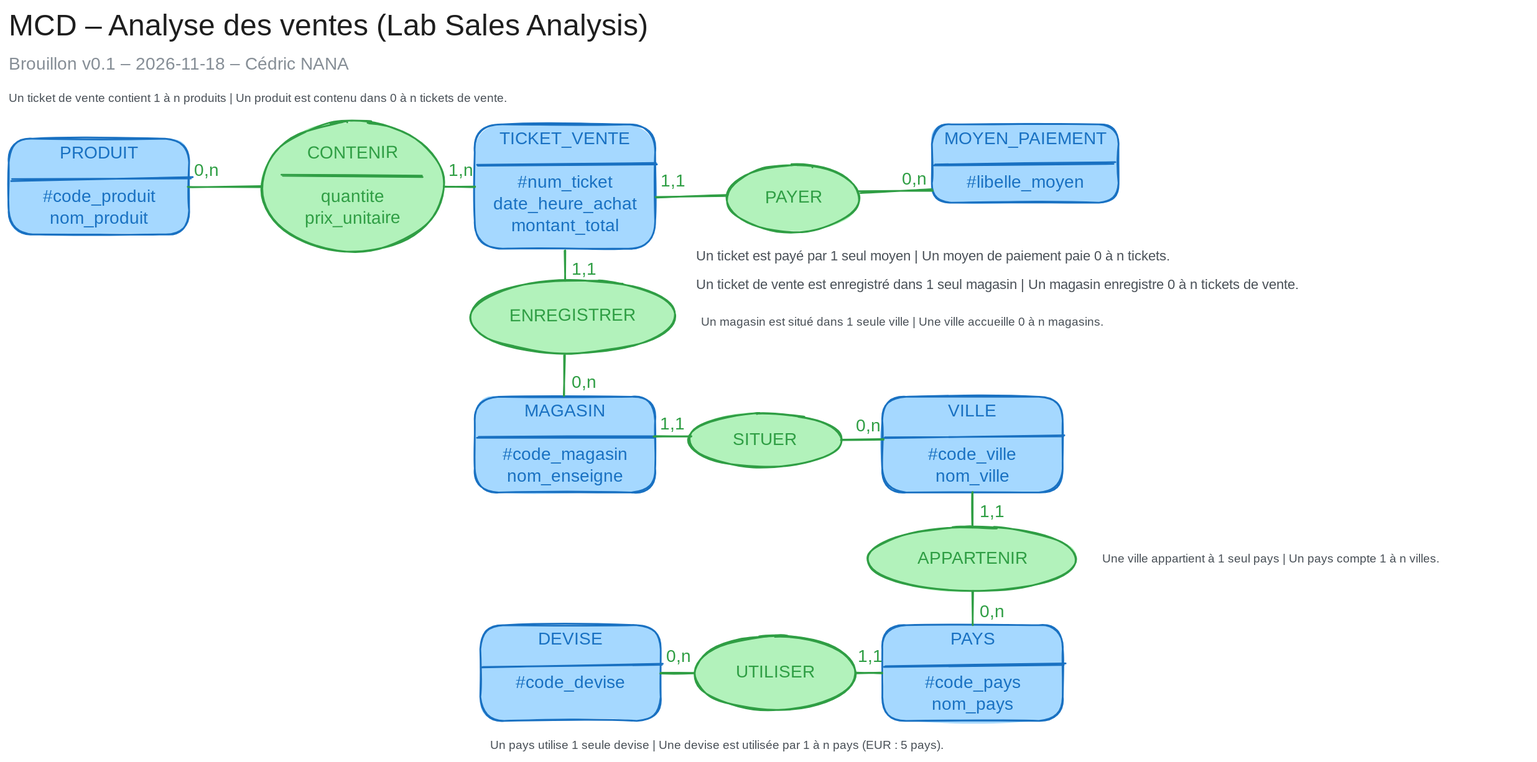
The Excalidraw diagram docs/modeles/mcd.excalidraw.svg in cnanaj-wq/lab-sales-analysis, before a commit. Source tidied: one line per element, renumbered; positions are measured from the earlier drawing's top-left corner, leaving out a move shared by most shapes.
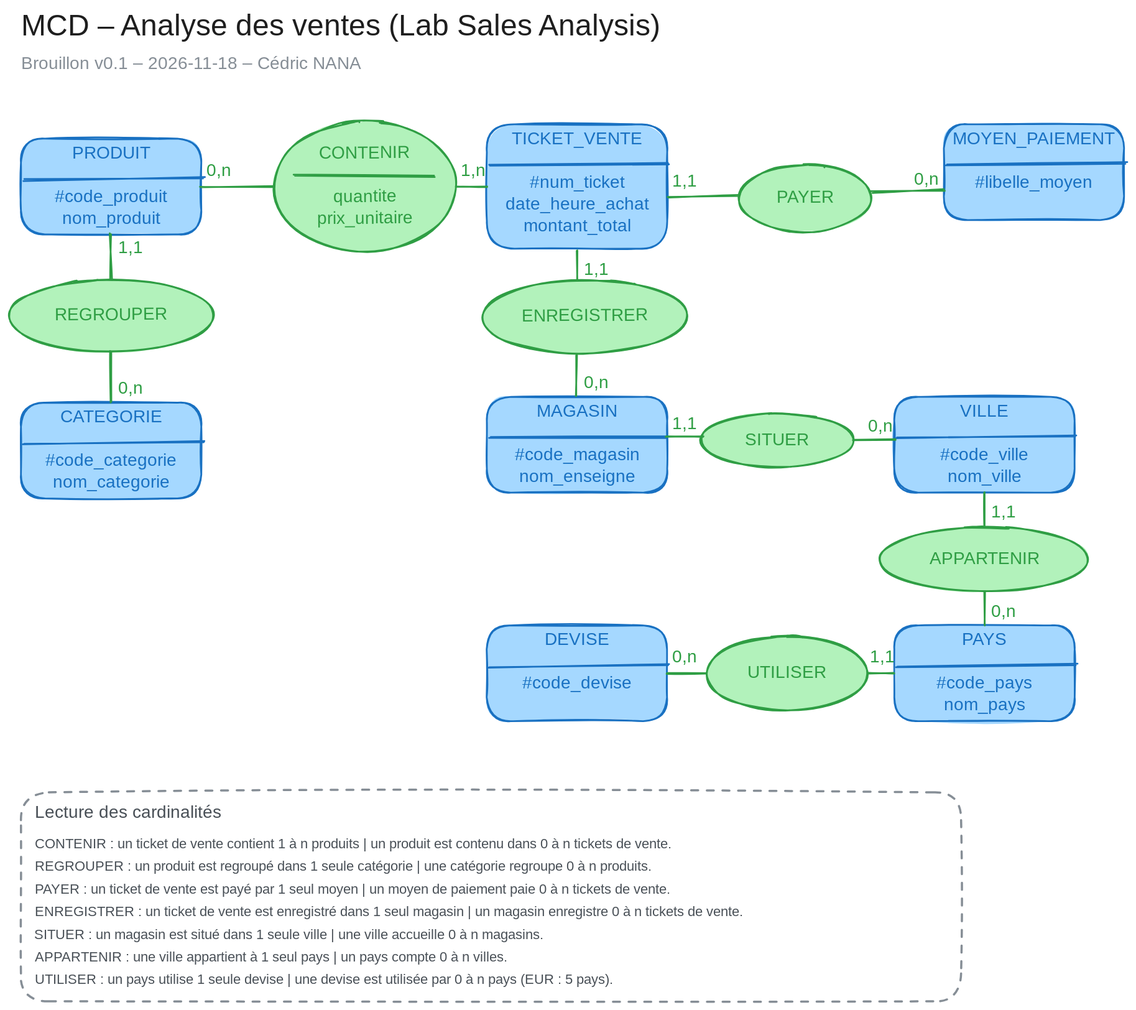
After the change.

Commit message:
docs: ajoute la catégorie et regroupe la lecture des cardinalités au MCD - Analyse des ventes

Diff of the diagram source:
```diff
@@ -12,7 +12,7 @@
 {"id": 11, "type": "text", "text": "0,n", "strokeColor": "#2f9e44", "backgroundColor": "#b2f2bb", "fillStyle": "solid", "strokeWidth": 2, "roughness": 1, "fontSize": 20, "fontFamily": 5, "x": 1026, "y": 185, "width": 28, "height": 25}
 {"id": 12, "type": "text", "text": "MCD – Analyse des ventes (Lab Sales Analysis)", "strokeColor": "#1e1e1e", "strokeWidth": 2, "roughness": 1, "fontSize": 34.45, "fontFamily": 5, "x": 0, "y": 0, "width": 795, "height": 43}
 {"id": 13, "type": "text", "text": "Brouillon v0.1 – 2026-11-18 – Cédric NANA", "strokeColor": "#868e96", "strokeWidth": 2, "roughness": 1, "fontSize": 20, "fontFamily": 5, "x": 0, "y": 52, "width": 451, "height": 25}
-{"id": 14, "type": "text", "text": "PAYER : un ticket de vente est payé par 1 seul moyen | un moyen de paiement paie 0 à n tickets de vente.", "strokeColor": "#495057", "strokeWidth": 2, "roughness": 1, "fontSize": 16, "fontFamily": 5, "x": 16, "y": 966, "width": 832, "height": 20}
+{"id": 14, "type": "text", "text": "PAYER : un ticket de vente est payé par 1 seul moyen | un moyen de paiement paie 0 à n tickets de vente.", "strokeColor": "#495057", "strokeWidth": 2, "roughness": 1, "fontSize": 16, "fontFamily": 5, "x": 16, "y": 1002, "width": 832, "height": 20}
 {"id": 15, "type": "rectangle", "strokeColor": "#1971c2", "backgroundColor": "#a5d8ff", "fillStyle": "solid", "strokeWidth": 2, "roughness": 1, "round": true, "x": 535, "y": 446, "width": 207, "height": 110}
 {"id": 16, "type": "text", "text": "MAGASIN\n\n#code_magasin\nnom_enseigne", "strokeColor": "#1971c2", "backgroundColor": "#a5d8ff", "fillStyle": "solid", "strokeWidth": 2, "roughness": 1, "fontSize": 20, "fontFamily": 5, "textAlign": "center", "inside": 15, "x": 565, "y": 451, "width": 148, "height": 100}
 {"id": 17, "type": "line", "strokeColor": "#1971c2", "backgroundColor": "#a5d8ff", "fillStyle": "solid", "strokeWidth": 2, "roughness": 1, "round": true, "x": 538, "y": 493, "width": 203, "height": 1, "points": [[0, 0], [203, -1]]}
@@ -22,7 +22,7 @@
 {"id": 21, "type": "line", "strokeColor": "#2f9e44", "strokeWidth": 2, "roughness": 1, "round": true, "x": 638, "y": 398, "width": 0, "height": 47, "points": [[0, 0], [0, 47]]}
 {"id": 22, "type": "text", "text": "1,1", "strokeColor": "#2f9e44", "strokeWidth": 2, "roughness": 1, "fontSize": 20, "fontFamily": 5, "x": 647, "y": 288, "width": 22, "height": 25}
 {"id": 23, "type": "text", "text": "0,n", "strokeColor": "#2f9e44", "strokeWidth": 2, "roughness": 1, "fontSize": 20, "fontFamily": 5, "x": 647, "y": 418, "width": 28, "height": 25}
-{"id": 24, "type": "text", "text": "ENREGISTRER : un ticket de vente est enregistré dans 1 seul magasin | un magasin enregistre 0 à n tickets de vente.", "strokeColor": "#495057", "strokeWidth": 2, "roughness": 1, "fontSize": 16, "fontFamily": 5, "x": 16, "y": 992, "width": 920, "height": 20}
+{"id": 24, "type": "text", "text": "ENREGISTRER : un ticket de vente est enregistré dans 1 seul magasin | un magasin enregistre 0 à n tickets de vente.", "strokeColor": "#495057", "strokeWidth": 2, "roughness": 1, "fontSize": 16, "fontFamily": 5, "x": 16, "y": 1028, "width": 920, "height": 20}
 {"id": 25, "type": "rectangle", "strokeColor": "#1971c2", "backgroundColor": "#a5d8ff", "fillStyle": "solid", "strokeWidth": 2, "roughness": 1, "round": true, "x": 1003, "y": 446, "width": 207, "height": 110}
 {"id": 26, "type": "text", "text": "VILLE\n\n#code_ville\nnom_ville", "strokeColor": "#1971c2", "backgroundColor": "#a5d8ff", "fillStyle": "solid", "strokeWidth": 2, "roughness": 1, "fontSize": 20, "fontFamily": 5, "textAlign": "center", "inside": 25, "x": 1052, "y": 451, "width": 110, "height": 100}
 {"id": 27, "type": "line", "strokeColor": "#1971c2", "backgroundColor": "#a5d8ff", "fillStyle": "solid", "strokeWidth": 2, "roughness": 1, "round": true, "x": 1006, "y": 493, "width": 207, "height": 2, "points": [[0, 0], [207, -2]]}
@@ -32,7 +32,7 @@
 {"id": 31, "type": "line", "strokeColor": "#2f9e44", "backgroundColor": "#b2f2bb", "fillStyle": "solid", "strokeWidth": 2, "roughness": 1, "round": true, "x": 956, "y": 496, "width": 49, "height": 1, "points": [[0, 0], [49, -1]]}
 {"id": 32, "type": "text", "text": "1,1", "strokeColor": "#2f9e44", "backgroundColor": "#b2f2bb", "fillStyle": "solid", "strokeWidth": 2, "roughness": 1, "fontSize": 20, "fontFamily": 5, "x": 748, "y": 466, "width": 22, "height": 25}
 {"id": 33, "type": "text", "text": "0,n", "strokeColor": "#2f9e44", "backgroundColor": "#b2f2bb", "fillStyle": "solid", "strokeWidth": 2, "roughness": 1, "fontSize": 20, "fontFamily": 5, "x": 973, "y": 468, "width": 28, "height": 25}
-{"id": 34, "type": "text", "text": "SITUER : un magasin est situé dans 1 seule ville | une ville accueille 0 à n magasins.", "strokeColor": "#495057", "strokeWidth": 2, "roughness": 1, "fontSize": 16, "fontFamily": 5, "x": 16, "y": 1018, "width": 688, "height": 20}
+{"id": 34, "type": "text", "text": "SITUER : un magasin est situé dans 1 seule ville | une ville accueille 0 à n magasins.", "strokeColor": "#495057", "strokeWidth": 2, "roughness": 1, "fontSize": 16, "fontFamily": 5, "x": 15, "y": 1054, "width": 688, "height": 20}
 {"id": 35, "type": "rectangle", "strokeColor": "#1971c2", "backgroundColor": "#a5d8ff", "fillStyle": "solid", "strokeWidth": 2, "roughness": 1, "round": true, "x": 1003, "y": 708, "width": 207, "height": 110}
 {"id": 36, "type": "text", "text": "PAYS\n\n#code_pays\nnom_pays", "strokeColor": "#1971c2", "backgroundColor": "#a5d8ff", "fillStyle": "solid", "strokeWidth": 2, "roughness": 1, "fontSize": 20, "fontFamily": 5, "textAlign": "center", "inside": 35, "x": 1048, "y": 713, "width": 118, "height": 100}
 {"id": 37, "type": "line", "strokeColor": "#1971c2", "backgroundColor": "#a5d8ff", "fillStyle": "solid", "strokeWidth": 2, "roughness": 1, "round": true, "x": 1006, "y": 756, "width": 207, "height": 2, "points": [[0, 0], [207, -2]]}
@@ -42,7 +42,7 @@
 {"id": 41, "type": "line", "strokeColor": "#2f9e44", "backgroundColor": "#b2f2bb", "fillStyle": "solid", "strokeWidth": 2, "roughness": 1, "round": true, "x": 1107, "y": 670, "width": 0, "height": 39, "points": [[0, 0], [0, 39]]}
 {"id": 42, "type": "text", "text": "1,1", "strokeColor": "#2f9e44", "backgroundColor": "#b2f2bb", "fillStyle": "solid", "strokeWidth": 2, "roughness": 1, "fontSize": 20, "fontFamily": 5, "x": 1115, "y": 567, "width": 22, "height": 25}
 {"id": 43, "type": "text", "text": "0,n", "strokeColor": "#2f9e44", "backgroundColor": "#b2f2bb", "fillStyle": "solid", "strokeWidth": 2, "roughness": 1, "fontSize": 20, "fontFamily": 5, "x": 1115, "y": 681, "width": 28, "height": 25}
-{"id": 44, "type": "text", "text": "APPARTENIR : une ville appartient à 1 seul pays | un pays compte 0 à n villes.", "strokeColor": "#495057", "strokeWidth": 2, "roughness": 1, "fontSize": 16, "fontFamily": 5, "x": 16, "y": 1044, "width": 624, "height": 20}
+{"id": 44, "type": "text", "text": "APPARTENIR : une ville appartient à 1 seul pays | un pays compte 0 à n villes.", "strokeColor": "#495057", "strokeWidth": 2, "roughness": 1, "fontSize": 16, "fontFamily": 5, "x": 16, "y": 1080, "width": 624, "height": 20}
 {"id": 45, "type": "rectangle", "strokeColor": "#1971c2", "backgroundColor": "#a5d8ff", "fillStyle": "solid", "strokeWidth": 2, "roughness": 1, "round": true, "x": 535, "y": 708, "width": 207, "height": 110}
 {"id": 46, "type": "text", "text": "DEVISE\n\n#code_devise", "strokeColor": "#1971c2", "backgroundColor": "#a5d8ff", "fillStyle": "solid", "strokeWidth": 2, "roughness": 1, "fontSize": 20, "fontFamily": 5, "textAlign": "center", "inside": 45, "x": 572, "y": 713, "width": 134, "height": 75}
 {"id": 47, "type": "line", "strokeColor": "#1971c2", "backgroundColor": "#a5d8ff", "fillStyle": "solid", "strokeWidth": 2, "roughness": 1, "round": true, "x": 537, "y": 756, "width": 207, "height": 2, "points": [[0, 0], [207, -2]]}
@@ -52,7 +52,7 @@
 {"id": 51, "type": "line", "strokeColor": "#2f9e44", "backgroundColor": "#b2f2bb", "fillStyle": "solid", "strokeWidth": 2, "roughness": 1, "round": true, "x": 973, "y": 763, "width": 30, "height": 0, "points": [[0, 0], [30, 0]]}
 {"id": 52, "type": "text", "text": "0,n", "strokeColor": "#2f9e44", "backgroundColor": "#b2f2bb", "fillStyle": "solid", "strokeWidth": 2, "roughness": 1, "fontSize": 20, "fontFamily": 5, "x": 748, "y": 733, "width": 28, "height": 25}
 {"id": 53, "type": "text", "text": "1,1", "strokeColor": "#2f9e44", "backgroundColor": "#b2f2bb", "fillStyle": "solid", "strokeWidth": 2, "roughness": 1, "fontSize": 20, "fontFamily": 5, "x": 975, "y": 733, "width": 22, "height": 25}
-{"id": 54, "type": "text", "text": "UTILISER : un pays utilise 1 seule devise | une devise est utilisée par 0 à n pays (EUR : 5 pays).", "strokeColor": "#495057", "strokeWidth": 2, "roughness": 1, "fontSize": 16, "fontFamily": 5, "x": 16, "y": 1070, "width": 784, "height": 20}
+{"id": 54, "type": "text", "text": "UTILISER : un pays utilise 1 seule devise | une devise est utilisée par 0 à n pays (EUR : 5 pays).", "strokeColor": "#495057", "strokeWidth": 2, "roughness": 1, "fontSize": 16, "fontFamily": 5, "x": 16, "y": 1106, "width": 784, "height": 20}
 {"id": 55, "type": "rectangle", "strokeColor": "#1971c2", "backgroundColor": "#a5d8ff", "fillStyle": "solid", "strokeWidth": 2, "roughness": 1, "round": true, "x": 0, "y": 149, "width": 207, "height": 110}
 {"id": 56, "type": "text", "text": "PRODUIT\n\n#code_produit\nnom_produit", "strokeColor": "#1971c2", "backgroundColor": "#a5d8ff", "fillStyle": "solid", "strokeWidth": 2, "roughness": 1, "fontSize": 20, "fontFamily": 5, "textAlign": "center", "inside": 55, "x": 29, "y": 154, "width": 150, "height": 100}
 {"id": 57, "type": "line", "strokeColor": "#1971c2", "backgroundColor": "#a5d8ff", "fillStyle": "solid", "strokeWidth": 2, "roughness": 1, "round": true, "x": 3, "y": 196, "width": 207, "height": 2, "points": [[0, 0], [207, -2]]}
@@ -63,6 +63,16 @@
 {"id": 62, "type": "text", "text": "0,n", "strokeColor": "#2f9e44", "strokeWidth": 2, "roughness": 1, "fontSize": 20, "fontFamily": 5, "x": 213, "y": 174, "width": 28, "height": 25}
 {"id": 63, "type": "text", "text": "1,n", "strokeColor": "#2f9e44", "strokeWidth": 2, "roughness": 1, "fontSize": 20, "fontFamily": 5, "x": 505, "y": 174, "width": 24, "height": 25}
 {"id": 64, "type": "line", "strokeColor": "#2f9e44", "backgroundColor": "#a5d8ff", "fillStyle": "solid", "strokeWidth": 2, "roughness": 1, "round": true, "x": 315, "y": 192, "width": 160, "height": 0, "points": [[0, 0], [160, 0]]}
-{"id": 65, "type": "text", "text": "CONTENIR : un ticket de vente contient 1 à n produits | un produit est contenu dans 0 à n tickets de vente.", "strokeColor": "#495057", "strokeWidth": 2, "roughness": 1, "fontSize": 16, "fontFamily": 5, "x": 16, "y": 940, "width": 856, "height": 20}
+{"id": 65, "type": "text", "text": "CONTENIR : un ticket de vente contient 1 à n produits | un produit est contenu dans 0 à n tickets de vente.", "strokeColor": "#495057", "strokeWidth": 2, "roughness": 1, "fontSize": 16, "fontFamily": 5, "x": 16, "y": 950, "width": 1000, "height": 20}
-{"id": 66, "type": "rectangle", "strokeColor": "#868e96", "strokeWidth": 2, "strokeStyle": "dashed", "roughness": 1, "round": true, "x": 0, "y": 890, "width": 1060, "height": 210}
+{"id": 68, "type": "rectangle", "strokeColor": "#1971c2", "backgroundColor": "#a5d8ff", "fillStyle": "solid", "strokeWidth": 2, "roughness": 1, "round": true, "x": 0, "y": 452, "width": 207, "height": 110}
+{"id": 69, "type": "text", "text": "CATEGORIE\n\n#code_categorie\nnom_categorie", "strokeColor": "#1971c2", "backgroundColor": "#a5d8ff", "fillStyle": "solid", "strokeWidth": 2, "roughness": 1, "fontSize": 20, "fontFamily": 5, "textAlign": "center", "inside": 68, "x": 21, "y": 457, "width": 165, "height": 100}
+{"id": 70, "type": "line", "strokeColor": "#1971c2", "backgroundColor": "#a5d8ff", "fillStyle": "solid", "strokeWidth": 2, "roughness": 1, "round": true, "x": 3, "y": 499, "width": 207, "height": 2, "points": [[0, 0], [207, -2]]}
+{"id": 71, "type": "text", "text": "0,n", "strokeColor": "#2f9e44", "strokeWidth": 2, "roughness": 1, "fontSize": 20, "fontFamily": 5, "x": 112, "y": 424, "width": 28, "height": 25}
+{"id": 72, "type": "ellipse", "strokeColor": "#2f9e44", "angle": 6.28, "backgroundColor": "#b2f2bb", "fillStyle": "solid", "strokeWidth": 2, "roughness": 1, "round": true, "x": -14, "y": 311, "width": 235, "height": 84}
+{"id": 73, "type": "text", "text": "REGROUPER", "strokeColor": "#2f9e44", "angle": 6.28, "backgroundColor": "#b2f2bb", "fillStyle": "solid", "strokeWidth": 2, "roughness": 1, "fontSize": 20, "fontFamily": 5, "textAlign": "center", "verticalAlign": "middle", "inside": 72, "x": 38, "y": 340, "width": 132, "height": 25}
+{"id": 74, "type": "line", "strokeColor": "#2f9e44", "strokeWidth": 2, "roughness": 1, "round": true, "x": 104, "y": 259, "width": 0, "height": 52, "points": [[0, 0], [0, 52]]}
+{"id": 75, "type": "line", "strokeColor": "#2f9e44", "strokeWidth": 2, "roughness": 1, "round": true, "x": 104, "y": 395, "width": 0, "height": 58, "points": [[0, 0], [0, 58]]}
+{"id": 76, "type": "text", "text": "1,1", "strokeColor": "#2f9e44", "strokeWidth": 2, "roughness": 1, "fontSize": 20, "fontFamily": 5, "x": 112, "y": 263, "width": 22, "height": 25}
+{"id": 77, "type": "text", "text": "REGROUPER : un produit est regroupé dans 1 seule catégorie | une catégorie regroupe 0 à n produits.", "strokeColor": "#495057", "strokeWidth": 2, "roughness": 1, "fontSize": 16, "fontFamily": 5, "x": 16, "y": 976, "width": 792, "height": 20}
+{"id": 78, "type": "rectangle", "strokeColor": "#868e96", "strokeWidth": 2, "strokeStyle": "dashed", "roughness": 1, "round": true, "x": 0, "y": 900, "width": 1080, "height": 240}
-{"id": 67, "type": "text", "text": "Lecture des cardinalités", "strokeColor": "#495057", "strokeWidth": 2, "roughness": 1, "fontSize": 20, "fontFamily": 5, "x": 16, "y": 902, "width": 250, "height": 25}
+{"id": 67, "type": "text", "text": "Lecture des cardinalités", "strokeColor": "#495057", "strokeWidth": 2, "roughness": 1, "fontSize": 20, "fontFamily": 5, "x": 16, "y": 912, "width": 250, "height": 25}
```
